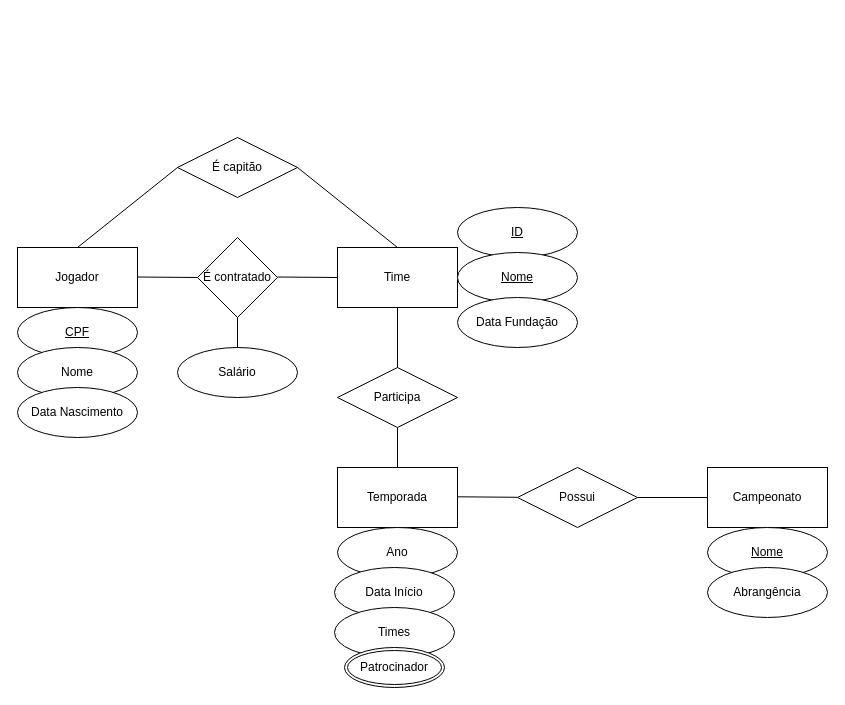
Before: Untitled Diagram.drawio in artfrc/SBD, a draw.io diagram. Source tidied: cells renumbered, new cells numbered last; positions are measured from the earlier drawing's top-left corner, leaving out a move shared by most shapes. Both pictures are drawn from the tidied source at 100%, with x=0, y=0 at pixel (17, 137).
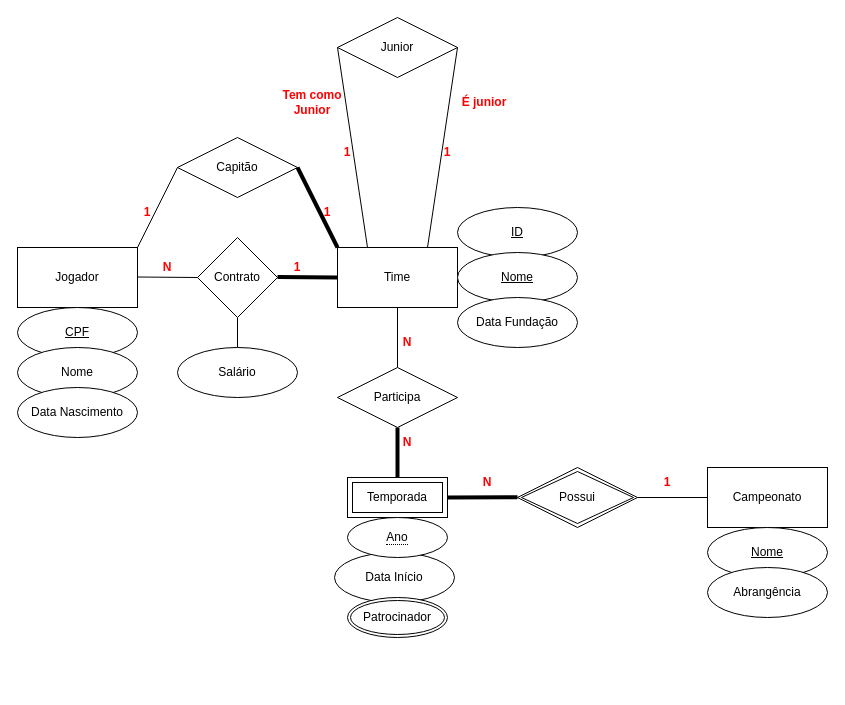
Above is the later version.

Unchanged cells that the change refers to:
```xml
<mxCell id="3" value="Jogador" style="rounded=0;whiteSpace=wrap;html=1;" parent="1" vertex="1">
  <mxGeometry y="110" width="120" height="60" as="geometry" />
</mxCell>
<mxCell id="7" value="Time" style="rounded=0;whiteSpace=wrap;html=1;" parent="1" vertex="1">
  <mxGeometry x="320" y="110" width="120" height="60" as="geometry" />
</mxCell>
<mxCell id="11" value="Campeonato" style="rounded=0;whiteSpace=wrap;html=1;" parent="1" vertex="1">
  <mxGeometry x="690" y="330" width="120" height="60" as="geometry" />
</mxCell>
```

Change to the diagram source:
```diff
@@
-    <mxCell id="14" value="Temporada" style="rounded=0;whiteSpace=wrap;html=1;" parent="1" vertex="1">
-      <mxGeometry x="320" y="330" width="120" height="60" as="geometry" />
-    </mxCell>
-    <mxCell id="15" value="Ano" style="ellipse;whiteSpace=wrap;html=1;" parent="1" vertex="1">
-      <mxGeometry x="320" y="390" width="120" height="50" as="geometry" />
-    </mxCell>
     <mxCell id="16" value="Data Início" style="ellipse;whiteSpace=wrap;html=1;" parent="1" vertex="1">
-      <mxGeometry x="317" y="430" width="120" height="50" as="geometry" />
+      <mxGeometry x="317" y="415" width="120" height="50" as="geometry" />
     </mxCell>
-    <mxCell id="17" value="Times" style="ellipse;whiteSpace=wrap;html=1;" parent="1" vertex="1">
-      <mxGeometry x="317" y="470" width="120" height="50" as="geometry" />
-    </mxCell>
     <mxCell id="18" value="Patrocinador" style="ellipse;shape=doubleEllipse;margin=3;whiteSpace=wrap;html=1;align=center;" parent="1" vertex="1">
-      <mxGeometry x="327" y="510" width="100" height="40" as="geometry" />
+      <mxGeometry x="330" y="460" width="100" height="40" as="geometry" />
     </mxCell>
-    <mxCell id="19" value="É contratado" style="rhombus;whiteSpace=wrap;html=1;" parent="1" vertex="1">
+    <mxCell id="19" value="Contrato" style="rhombus;whiteSpace=wrap;html=1;" parent="1" vertex="1">
       <mxGeometry x="180" y="100" width="80" height="80" as="geometry" />
     </mxCell>
@@
-    <mxCell id="22" style="endArrow=none;html=1;rounded=0;" parent="1" edge="1">
+    <mxCell id="22" style="endArrow=none;html=1;rounded=0;strokeWidth=4;" parent="1" edge="1">
       <mxGeometry relative="1" as="geometry">
         <mxPoint x="260" y="139.5" as="sourcePoint" />
         <mxPoint x="320" y="140" as="targetPoint" />
         <Array as="points">
           <mxPoint x="320" y="140" />
         </Array>
       </mxGeometry>
     </mxCell>
@@
-    <mxCell id="24" value="É capitão" style="shape=rhombus;perimeter=rhombusPerimeter;whiteSpace=wrap;html=1;align=center;" parent="1" vertex="1">
+    <mxCell id="24" value="Capitão" style="shape=rhombus;perimeter=rhombusPerimeter;whiteSpace=wrap;html=1;align=center;" parent="1" vertex="1">
       <mxGeometry x="160" width="120" height="60" as="geometry" />
     </mxCell>
-    <mxCell id="25" style="endArrow=none;html=1;rounded=0;entryX=0;entryY=0.5;entryDx=0;entryDy=0;exitX=0.5;exitY=0;exitDx=0;exitDy=0;" parent="1" edge="1" source="3" target="24">
+    <mxCell id="25" style="endArrow=none;html=1;rounded=0;entryX=0;entryY=0.5;entryDx=0;entryDy=0;exitX=1;exitY=0;exitDx=0;exitDy=0;" parent="1" edge="1" source="3" target="24">
       <mxGeometry relative="1" as="geometry" />
     </mxCell>
-    <mxCell id="26" style="endArrow=none;html=1;rounded=0;entryX=1;entryY=0.5;entryDx=0;entryDy=0;exitX=0.5;exitY=0;exitDx=0;exitDy=0;" parent="1" edge="1" source="7" target="24">
+    <mxCell id="26" style="endArrow=none;html=1;rounded=0;entryX=1;entryY=0.5;entryDx=0;entryDy=0;exitX=0;exitY=0;exitDx=0;exitDy=0;strokeWidth=4;" parent="1" edge="1" source="7" target="24">
       <mxGeometry relative="1" as="geometry" />
     </mxCell>
-    <mxCell id="27" value="Possui" style="shape=rhombus;perimeter=rhombusPerimeter;whiteSpace=wrap;html=1;align=center;" parent="1" vertex="1">
-      <mxGeometry x="500" y="330" width="120" height="60" as="geometry" />
-    </mxCell>
-    <mxCell id="28" style="endArrow=none;html=1;rounded=0;" parent="1" edge="1">
+    <mxCell id="28" style="endArrow=none;html=1;rounded=0;startArrow=none;" parent="1" edge="1" source="42">
       <mxGeometry relative="1" as="geometry">
-        <mxPoint x="440" y="359.3" as="sourcePoint" />
         <mxPoint x="500" y="359.8" as="targetPoint" />
-        <Array as="points">
-          <mxPoint x="500" y="359.8" />
-        </Array>
       </mxGeometry>
     </mxCell>
-    <mxCell id="29" style="edgeStyle=none;rounded=0;jettySize=auto;html=1;exitX=0.5;exitY=1;exitDx=0;exitDy=0;entryX=0.5;entryY=0;entryDx=0;entryDy=0;endArrow=none;endFill=0;" parent="1" edge="1" source="30" target="14">
-      <mxGeometry relative="1" as="geometry" />
+    <mxCell id="29" style="edgeStyle=none;rounded=0;jettySize=auto;html=1;exitX=0.5;exitY=1;exitDx=0;exitDy=0;entryX=0.5;entryY=0;entryDx=0;entryDy=0;endArrow=none;endFill=0;strokeWidth=4;" parent="1" edge="1" target="14">
+      <mxGeometry relative="1" as="geometry">
+        <mxPoint x="380" y="290" as="sourcePoint" />
+      </mxGeometry>
     </mxCell>
-    <mxCell id="30" value="Participa" style="shape=rhombus;perimeter=rhombusPerimeter;whiteSpace=wrap;html=1;align=center;" parent="1" vertex="1">
-      <mxGeometry x="320" y="230" width="120" height="60" as="geometry" />
-    </mxCell>
-    <mxCell id="31" style="endArrow=none;html=1;rounded=0;entryX=0.5;entryY=1;entryDx=0;entryDy=0;exitX=0.5;exitY=0;exitDx=0;exitDy=0;" parent="1" edge="1" source="30" target="7">
-      <mxGeometry relative="1" as="geometry" />
+    <mxCell id="31" style="endArrow=none;html=1;rounded=0;entryX=0.5;entryY=1;entryDx=0;entryDy=0;exitX=0.5;exitY=0;exitDx=0;exitDy=0;" parent="1" edge="1" target="7">
+      <mxGeometry relative="1" as="geometry">
+        <mxPoint x="380" y="230" as="sourcePoint" />
+      </mxGeometry>
     </mxCell>
-    <mxCell id="32" style="endArrow=none;html=1;rounded=0;entryX=0;entryY=0.5;entryDx=0;entryDy=0;exitX=1;exitY=0.5;exitDx=0;exitDy=0;" parent="1" edge="1" source="27" target="11">
-      <mxGeometry relative="1" as="geometry" />
+    <mxCell id="32" style="endArrow=none;html=1;rounded=0;entryX=0;entryY=0.5;entryDx=0;entryDy=0;exitX=1;exitY=0.5;exitDx=0;exitDy=0;" parent="1" edge="1" target="11">
+      <mxGeometry relative="1" as="geometry">
+        <mxPoint x="620" y="360" as="sourcePoint" />
+      </mxGeometry>
     </mxCell>
+    <mxCell id="33" value="Junior" style="shape=rhombus;perimeter=rhombusPerimeter;whiteSpace=wrap;html=1;align=center;" parent="1" vertex="1">
+      <mxGeometry x="320" y="-120" width="120" height="60" as="geometry" />
+    </mxCell>
+    <mxCell id="34" style="endArrow=none;html=1;rounded=0;exitX=0;exitY=0.5;exitDx=0;exitDy=0;entryX=0.25;entryY=0;entryDx=0;entryDy=0;" parent="1" edge="1" source="33" target="7">
+      <mxGeometry relative="1" as="geometry" />
+    </mxCell>
+    <mxCell id="35" style="endArrow=none;html=1;rounded=0;exitX=1;exitY=0.5;exitDx=0;exitDy=0;entryX=0.75;entryY=0;entryDx=0;entryDy=0;" parent="1" edge="1" source="33" target="7">
+      <mxGeometry relative="1" as="geometry" />
+    </mxCell>
+    <mxCell id="36" value="É junior" style="text;html=1;strokeColor=none;fillColor=none;align=center;verticalAlign=middle;whiteSpace=wrap;rounded=0;fontColor=#FF0000;fontStyle=1;" parent="1" vertex="1">
+      <mxGeometry x="437" y="-50" width="60" height="30" as="geometry" />
+    </mxCell>
+    <mxCell id="37" value="Tem como Junior" style="text;html=1;strokeColor=none;fillColor=none;align=center;verticalAlign=middle;whiteSpace=wrap;rounded=0;fontColor=#FF0000;fontStyle=1;" parent="1" vertex="1">
+      <mxGeometry x="260" y="-50" width="70" height="30" as="geometry" />
+    </mxCell>
+    <mxCell id="38" value="N" style="text;html=1;strokeColor=none;fillColor=none;align=center;verticalAlign=middle;whiteSpace=wrap;rounded=0;fontColor=#FF0000;fontStyle=1;" parent="1" vertex="1">
+      <mxGeometry x="120" y="115" width="60" height="30" as="geometry" />
+    </mxCell>
+    <mxCell id="39" value="1" style="text;html=1;strokeColor=none;fillColor=none;align=center;verticalAlign=middle;whiteSpace=wrap;rounded=0;fontColor=#FF0000;fontStyle=1;" parent="1" vertex="1">
+      <mxGeometry x="250" y="115" width="60" height="30" as="geometry" />
+    </mxCell>
+    <mxCell id="40" value="&lt;b&gt;N&lt;/b&gt;" style="text;html=1;strokeColor=none;fillColor=none;align=center;verticalAlign=middle;whiteSpace=wrap;rounded=0;fontColor=#FF0000;" parent="1" vertex="1">
+      <mxGeometry x="360" y="190" width="60" height="30" as="geometry" />
+    </mxCell>
+    <mxCell id="41" value="&lt;b&gt;N&lt;/b&gt;" style="text;html=1;strokeColor=none;fillColor=none;align=center;verticalAlign=middle;whiteSpace=wrap;rounded=0;fontColor=#FF0000;" parent="1" vertex="1">
+      <mxGeometry x="360" y="290" width="60" height="30" as="geometry" />
+    </mxCell>
+    <mxCell id="42" value="N" style="text;html=1;strokeColor=none;fillColor=none;align=center;verticalAlign=middle;whiteSpace=wrap;rounded=0;fontColor=#FF0000;fontStyle=1;" parent="1" vertex="1">
+      <mxGeometry x="440" y="330" width="60" height="30" as="geometry" />
+    </mxCell>
+    <mxCell id="43" style="endArrow=none;html=1;rounded=0;exitX=1;exitY=0.5;exitDx=0;exitDy=0;strokeWidth=4;" parent="1" edge="1" source="14" target="42">
+      <mxGeometry relative="1" as="geometry">
+        <Array as="points">
+          <mxPoint x="500" y="359.8" />
+        </Array>
+      </mxGeometry>
+    </mxCell>
+    <mxCell id="44" value="1" style="text;html=1;strokeColor=none;fillColor=none;align=center;verticalAlign=middle;whiteSpace=wrap;rounded=0;fontColor=#FF0000;fontStyle=1;" parent="1" vertex="1">
+      <mxGeometry x="620" y="330" width="60" height="30" as="geometry" />
+    </mxCell>
+    <mxCell id="45" value="1" style="text;html=1;strokeColor=none;fillColor=none;align=center;verticalAlign=middle;whiteSpace=wrap;rounded=0;fontColor=#FF0000;fontStyle=1;" parent="1" vertex="1">
+      <mxGeometry x="100" y="60" width="60" height="30" as="geometry" />
+    </mxCell>
+    <mxCell id="46" value="1" style="text;html=1;strokeColor=none;fillColor=none;align=center;verticalAlign=middle;whiteSpace=wrap;rounded=0;fontColor=#FF0000;fontStyle=1;" parent="1" vertex="1">
+      <mxGeometry x="280" y="60" width="60" height="30" as="geometry" />
+    </mxCell>
+    <mxCell id="47" value="1" style="text;html=1;strokeColor=none;fillColor=none;align=center;verticalAlign=middle;whiteSpace=wrap;rounded=0;fontColor=#FF0000;fontStyle=1;" parent="1" vertex="1">
+      <mxGeometry x="400" width="60" height="30" as="geometry" />
+    </mxCell>
+    <mxCell id="48" value="1" style="text;html=1;strokeColor=none;fillColor=none;align=center;verticalAlign=middle;whiteSpace=wrap;rounded=0;fontColor=#FF0000;fontStyle=1;" parent="1" vertex="1">
+      <mxGeometry x="300" width="60" height="30" as="geometry" />
+    </mxCell>
+    <mxCell id="14" value="Temporada" style="shape=ext;margin=3;double=1;whiteSpace=wrap;html=1;align=center;fontColor=#000000;" parent="1" vertex="1">
+      <mxGeometry x="330" y="340" width="100" height="40" as="geometry" />
+    </mxCell>
+    <mxCell id="27" value="Possui" style="shape=rhombus;double=1;perimeter=rhombusPerimeter;whiteSpace=wrap;html=1;align=center;fontColor=#000000;" parent="1" vertex="1">
+      <mxGeometry x="500" y="330" width="120" height="60" as="geometry" />
+    </mxCell>
+    <mxCell id="30" value="Participa" style="shape=rhombus;perimeter=rhombusPerimeter;whiteSpace=wrap;html=1;align=center;fontColor=#000000;" parent="1" vertex="1">
+      <mxGeometry x="320" y="230" width="120" height="60" as="geometry" />
+    </mxCell>
+    <mxCell id="15" value="&lt;span style=&quot;border-bottom: 1px dotted&quot;&gt;Ano&lt;/span&gt;" style="ellipse;whiteSpace=wrap;html=1;align=center;" parent="1" vertex="1">
+      <mxGeometry x="330" y="380" width="100" height="40" as="geometry" />
+    </mxCell>
```
